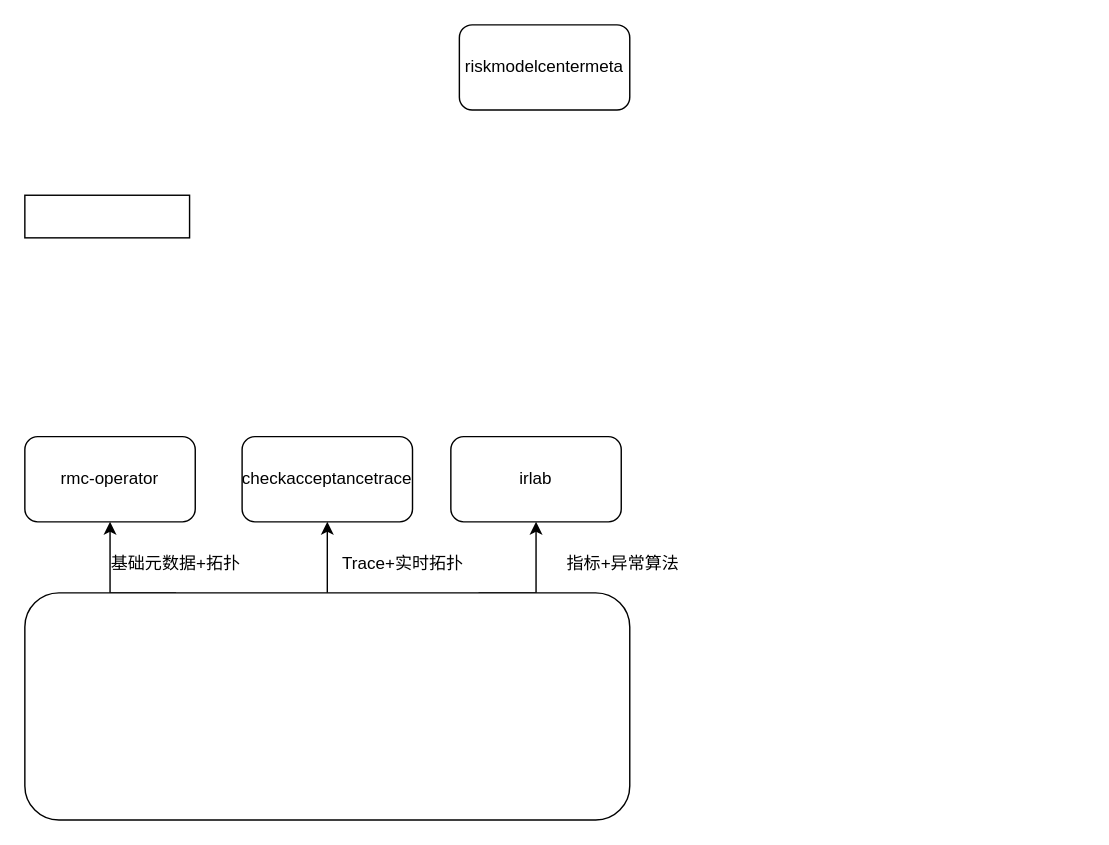
Earlier version of the draw.io diagram 蚂蚁金服/RMC/蚂蚁金服-RMC-[20201216]-性能技术架构.drawio (frankneu/draw.io). Source tidied: cells renumbered, new cells numbered last; positions are measured from the earlier drawing's top-left corner, leaving out a move shared by most shapes. Both pictures are drawn from the tidied source at 142%, with x=0, y=0 at pixel (24, 24).
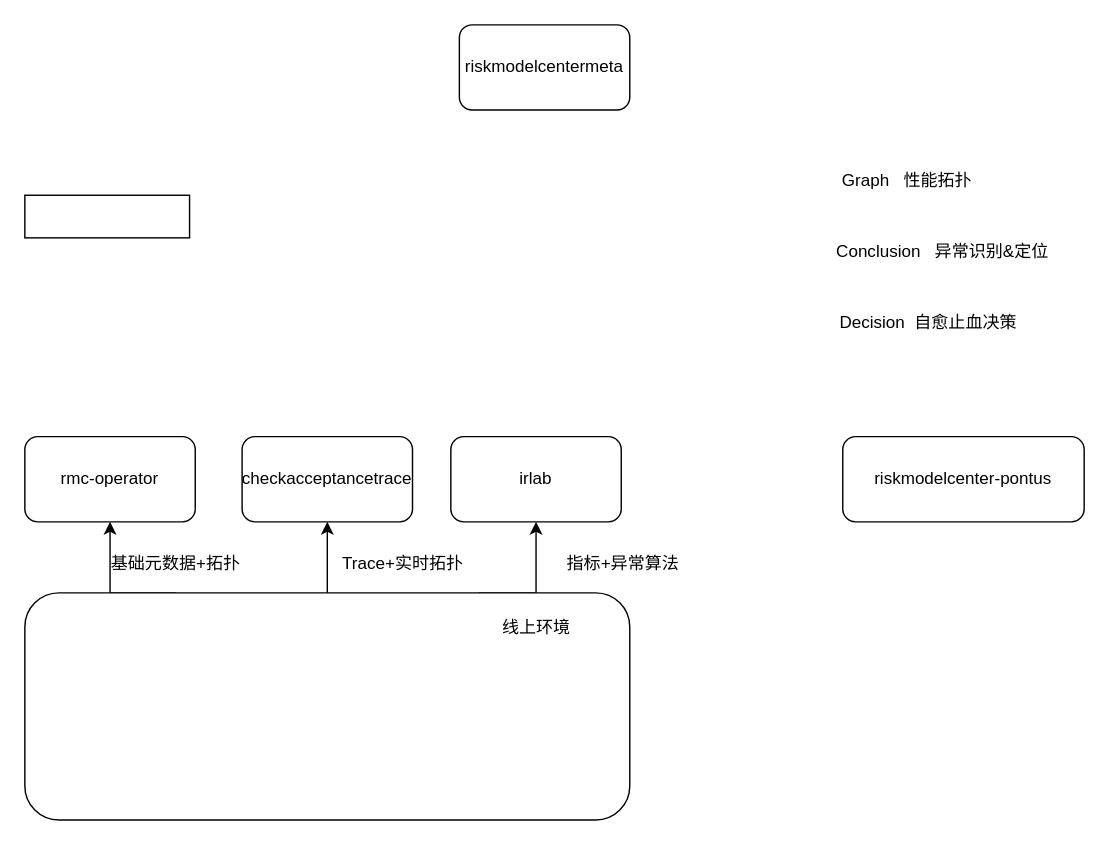
The same diagram, later.

Commit message (it also covers changes not shown here):
Update 蚂蚁金服-RMC-[20201216]-性能技术架构.drawio

Change to the diagram source:
```diff
@@
+    <mxCell id="14" value="riskmodelcenter-pontus" style="rounded=1;whiteSpace=wrap;html=1;" parent="1" vertex="1">
+      <mxGeometry x="576" y="290" width="170" height="60" as="geometry" />
+    </mxCell>
+    <mxCell id="15" value="线上环境" style="text;html=1;align=center;verticalAlign=middle;" parent="1" vertex="1">
+      <mxGeometry x="330" y="414.5" width="60" height="20" as="geometry" />
+    </mxCell>
+    <mxCell id="16" value="Graph&amp;nbsp; &amp;nbsp;性能拓扑" style="text;html=1;align=center;verticalAlign=middle;" parent="1" vertex="1">
+      <mxGeometry x="566" y="100" width="110" height="20" as="geometry" />
+    </mxCell>
+    <mxCell id="17" value="Conclusion&amp;nbsp; &amp;nbsp;异常识别&amp;amp;定位" style="text;html=1;align=center;verticalAlign=middle;" parent="1" vertex="1">
+      <mxGeometry x="566" y="150" width="160" height="20" as="geometry" />
+    </mxCell>
+    <mxCell id="18" value="Decision&amp;nbsp; 自愈止血决策" style="text;html=1;align=center;verticalAlign=middle;" parent="1" vertex="1">
+      <mxGeometry x="566" y="200" width="140" height="20" as="geometry" />
+    </mxCell>
```
